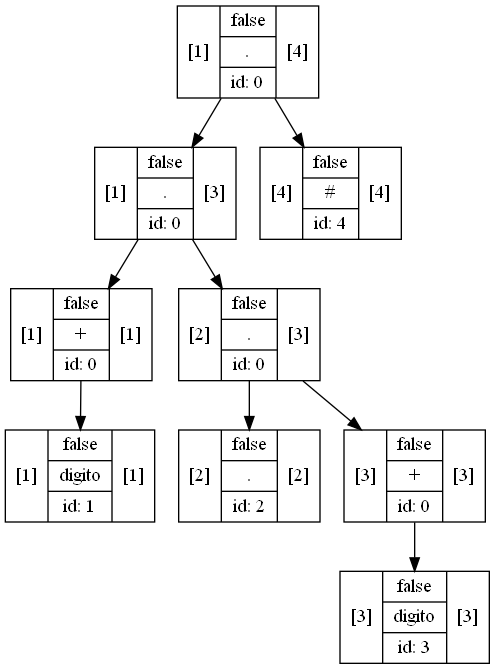
The Graphviz diagram ARBOLES_201903004/arbolExpresionReg2.png in jona1403/Analizador-de-expresiones-1, before a commit. Its source is kept beside it as ARBOLES_201903004/arbolExpresionReg2.dot. Its diagram source:
```dot
digraph structs {
    node [shape=record];-65[label="[1]|{false|{.}|id: 0}|[4]"];
-64[label="[1]|{false|{.}|id: 0}|[3]"];
-61[label="[1]|{false|{+}|id: 0}|[1]"];
1[label="[1]|{false|{digito}|id: 1}|[1]"];
-64[label="[1]|{false|{.}|id: 0}|[3]"];
-63[label="[2]|{false|{.}|id: 0}|[3]"];
2[label="[2]|{false|{.}|id: 2}|[2]"];
-63[label="[2]|{false|{.}|id: 0}|[3]"];
-62[label="[3]|{false|{+}|id: 0}|[3]"];
3[label="[3]|{false|{digito}|id: 3}|[3]"];
-65[label="[1]|{false|{.}|id: 0}|[4]"];
4[label="[4]|{false|{#}|id: 4}|[4]"];
-65 -> -64;
-64 -> -61;
-61 -> 1;
-64 -> -63;
-63 -> 2;
-63 -> -62;
-62 -> 3;
-65 -> 4;

}
```
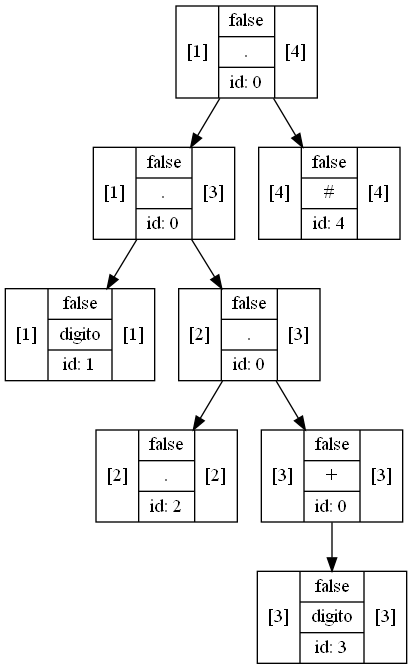
The same diagram one commit later.

Diff of the diagram source:
```diff
@@ -1,23 +1,21 @@
 digraph structs {
-    node [shape=record];-65[label="[1]|{false|{.}|id: 0}|[4]"];
--64[label="[1]|{false|{.}|id: 0}|[3]"];
--61[label="[1]|{false|{+}|id: 0}|[1]"];
+    node [shape=record];-108[label="[1]|{false|{.}|id: 0}|[4]"];
+-107[label="[1]|{false|{.}|id: 0}|[3]"];
 1[label="[1]|{false|{digito}|id: 1}|[1]"];
--64[label="[1]|{false|{.}|id: 0}|[3]"];
--63[label="[2]|{false|{.}|id: 0}|[3]"];
+-107[label="[1]|{false|{.}|id: 0}|[3]"];
+-106[label="[2]|{false|{.}|id: 0}|[3]"];
 2[label="[2]|{false|{.}|id: 2}|[2]"];
--63[label="[2]|{false|{.}|id: 0}|[3]"];
--62[label="[3]|{false|{+}|id: 0}|[3]"];
+-106[label="[2]|{false|{.}|id: 0}|[3]"];
+-105[label="[3]|{false|{+}|id: 0}|[3]"];
 3[label="[3]|{false|{digito}|id: 3}|[3]"];
--65[label="[1]|{false|{.}|id: 0}|[4]"];
+-108[label="[1]|{false|{.}|id: 0}|[4]"];
 4[label="[4]|{false|{#}|id: 4}|[4]"];
--65 -> -64;
--64 -> -61;
--61 -> 1;
--64 -> -63;
--63 -> 2;
--63 -> -62;
--62 -> 3;
--65 -> 4;
+-108 -> -107;
+-107 -> 1;
+-107 -> -106;
+-106 -> 2;
+-106 -> -105;
+-105 -> 3;
+-108 -> 4;
 
 }
```
